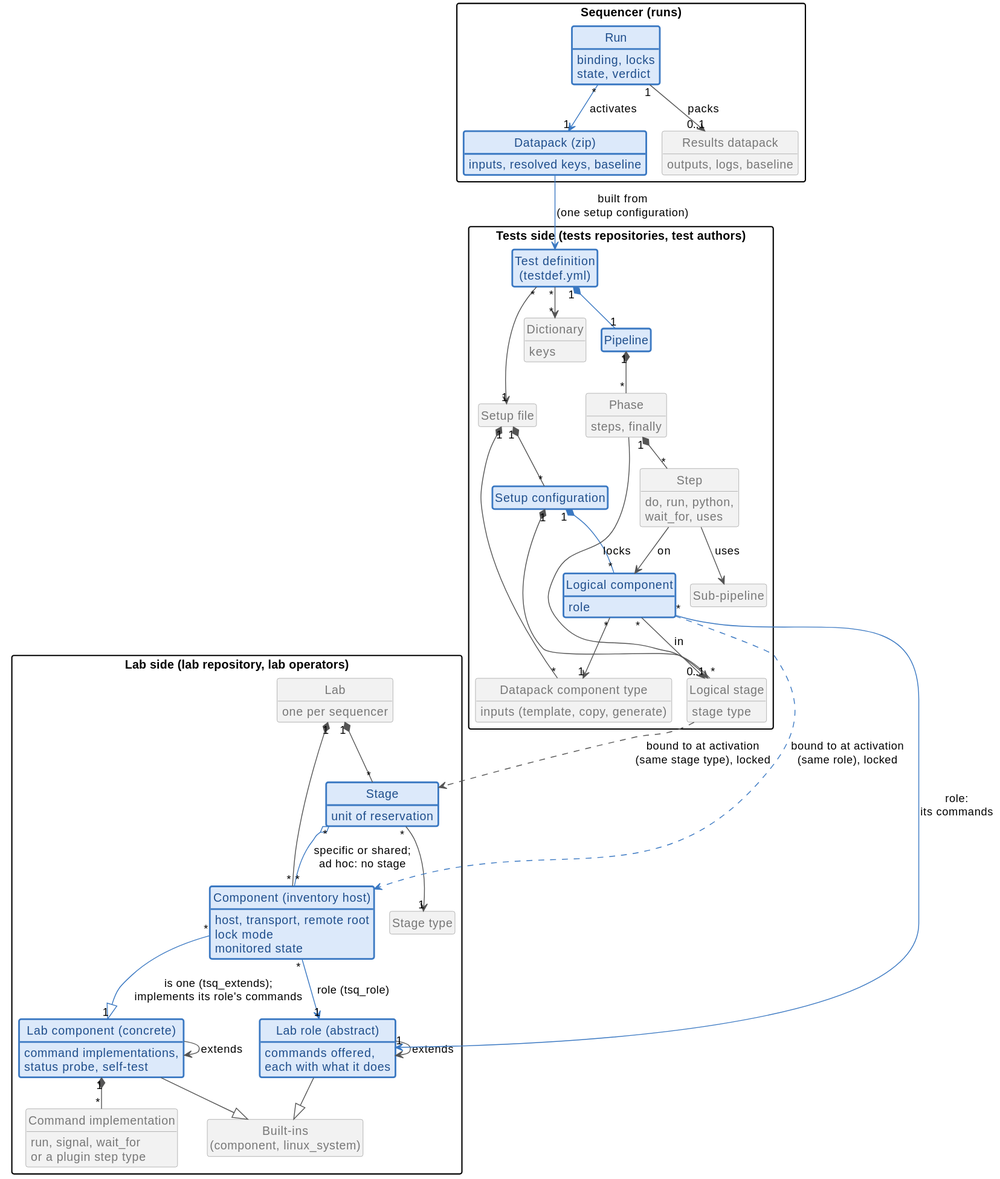
Before: docs/diagrams/data_model.svg, a diagram exported from PlantUML (laurentmldev/testsuit).
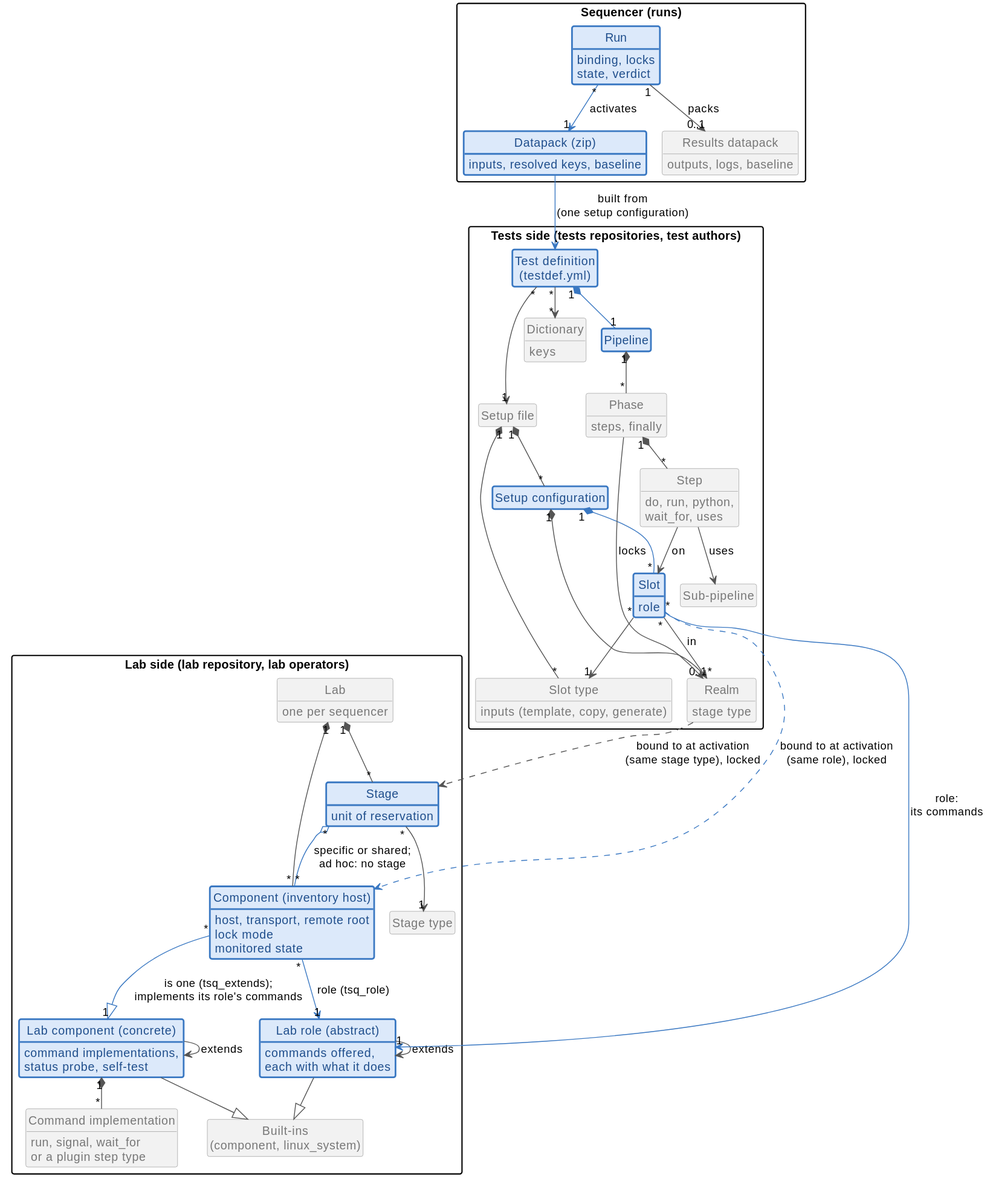
The same file after the commit.

Change to the diagram source:
```diff
@@ -46,13 +46,13 @@
   class "Test definition\n(testdef.yml)" as TestDef #DCE9FA;line:3A78C2;line.bold;text:1F4E8C
   class "Setup file" as Setup
   class "Setup configuration" as SetupConf #DCE9FA;line:3A78C2;line.bold;text:1F4E8C
-  class "Logical stage" as LStage {
+  class "Realm" as LStage {
     stage type
   }
-  class "Logical component" as LComp #DCE9FA;line:3A78C2;line.bold;text:1F4E8C {
+  class "Slot" as LComp #DCE9FA;line:3A78C2;line.bold;text:1F4E8C {
     role
   }
-  class "Datapack component type" as DpType {
+  class "Slot type" as DpType {
     inputs (template, copy, generate)
   }
   class "Dictionary" as Dict {
```
